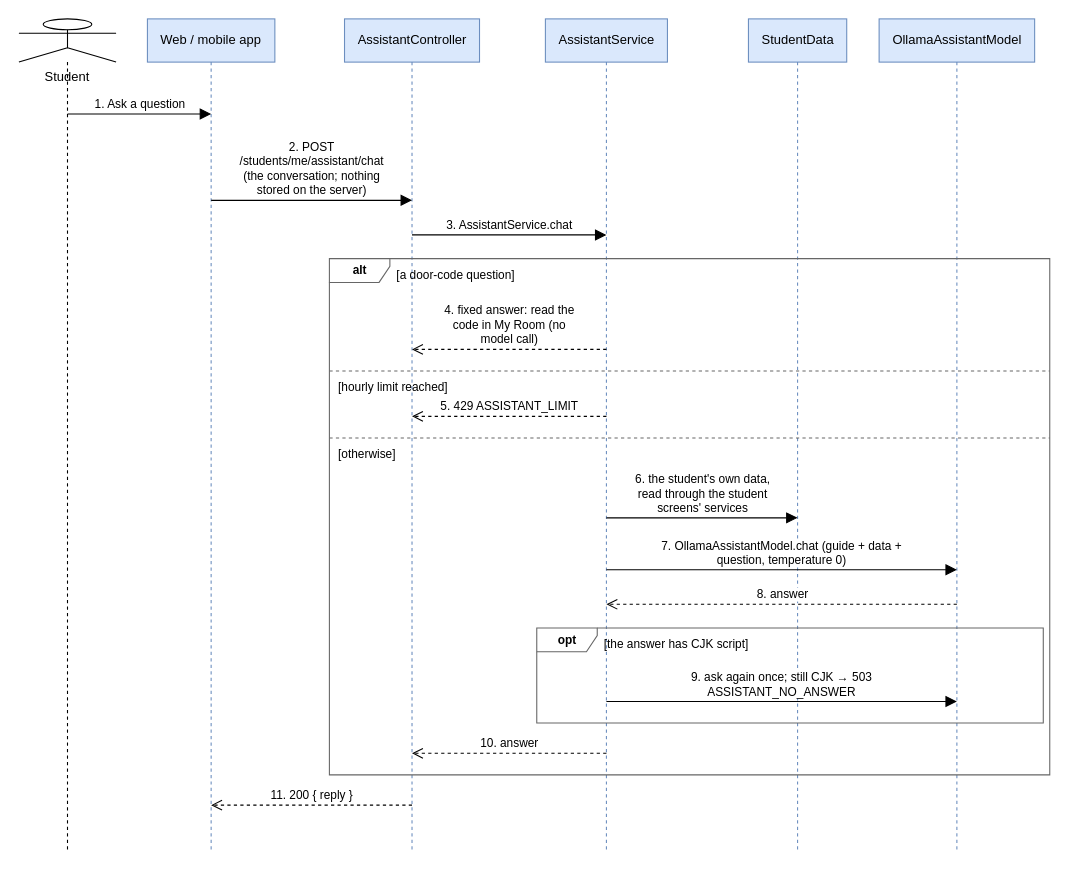
tisou47/CampusStay-FPT keeps this draw.io diagram as docs/Diagrams/07_Sequence/seq-19-ai-assistant.drawio. Above is the earlier version. Source tidied: cells renumbered, new cells numbered last; positions are measured from the earlier drawing's top-left corner, leaving out a move shared by most shapes. Both pictures are drawn from the tidied source at 108%, with x=0, y=0 at pixel (18, 18).
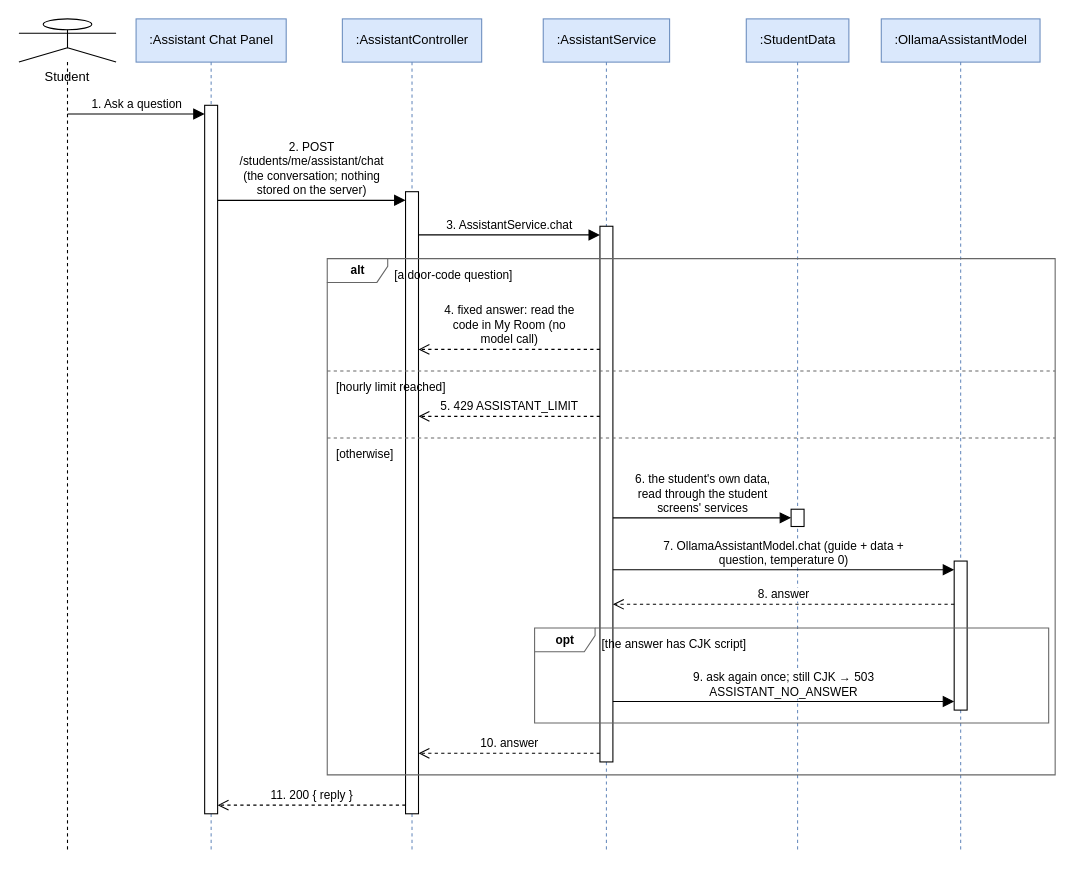
Above is the later version.

Change to the diagram source:
```diff
@@
-    <mxCell id="3" value="Web / mobile app" style="shape=umlLifeline;perimeter=lifelinePerimeter;size=40;html=1;whiteSpace=wrap;fontSize=12;fontFamily=Helvetica;fillColor=#dae8fc;strokeColor=#6c8ebf;" parent="1" vertex="1">
-      <mxGeometry x="119" width="118" height="772" as="geometry" />
-    </mxCell>
+    <mxCell id="27" value=":Assistant Chat Panel" style="shape=umlLifeline;perimeter=lifelinePerimeter;size=40;html=1;whiteSpace=wrap;fontSize=12;fontFamily=Helvetica;fillColor=#dae8fc;strokeColor=#6c8ebf;" parent="1" vertex="1">
+      <mxGeometry x="108.5" width="139" height="772" as="geometry" />
+    </mxCell>
-    <mxCell id="4" value="AssistantController" style="shape=umlLifeline;perimeter=lifelinePerimeter;size=40;html=1;whiteSpace=wrap;fontSize=12;fontFamily=Helvetica;fillColor=#dae8fc;strokeColor=#6c8ebf;" parent="1" vertex="1">
-      <mxGeometry x="301.5" width="125" height="772" as="geometry" />
+    <mxCell id="4" value=":AssistantController" style="shape=umlLifeline;perimeter=lifelinePerimeter;size=40;html=1;whiteSpace=wrap;fontSize=12;fontFamily=Helvetica;fillColor=#dae8fc;strokeColor=#6c8ebf;" parent="1" vertex="1">
+      <mxGeometry x="299.5" width="129" height="772" as="geometry" />
     </mxCell>
-    <mxCell id="5" value="AssistantService" style="shape=umlLifeline;perimeter=lifelinePerimeter;size=40;html=1;whiteSpace=wrap;fontSize=12;fontFamily=Helvetica;fillColor=#dae8fc;strokeColor=#6c8ebf;" parent="1" vertex="1">
-      <mxGeometry x="487.5" width="113" height="772" as="geometry" />
+    <mxCell id="5" value=":AssistantService" style="shape=umlLifeline;perimeter=lifelinePerimeter;size=40;html=1;whiteSpace=wrap;fontSize=12;fontFamily=Helvetica;fillColor=#dae8fc;strokeColor=#6c8ebf;" parent="1" vertex="1">
+      <mxGeometry x="485.5" width="117" height="772" as="geometry" />
     </mxCell>
-    <mxCell id="6" value="StudentData" style="shape=umlLifeline;perimeter=lifelinePerimeter;size=40;html=1;whiteSpace=wrap;fontSize=12;fontFamily=Helvetica;fillColor=#dae8fc;strokeColor=#6c8ebf;" parent="1" vertex="1">
-      <mxGeometry x="675.5" width="91" height="772" as="geometry" />
+    <mxCell id="6" value=":StudentData" style="shape=umlLifeline;perimeter=lifelinePerimeter;size=40;html=1;whiteSpace=wrap;fontSize=12;fontFamily=Helvetica;fillColor=#dae8fc;strokeColor=#6c8ebf;" parent="1" vertex="1">
+      <mxGeometry x="673.5" width="95" height="772" as="geometry" />
     </mxCell>
-    <mxCell id="7" value="OllamaAssistantModel" style="shape=umlLifeline;perimeter=lifelinePerimeter;size=40;html=1;whiteSpace=wrap;fontSize=12;fontFamily=Helvetica;fillColor=#dae8fc;strokeColor=#6c8ebf;" parent="1" vertex="1">
-      <mxGeometry x="796.5" width="144" height="772" as="geometry" />
+    <mxCell id="7" value=":OllamaAssistantModel" style="shape=umlLifeline;perimeter=lifelinePerimeter;size=40;html=1;whiteSpace=wrap;fontSize=12;fontFamily=Helvetica;fillColor=#dae8fc;strokeColor=#6c8ebf;" parent="1" vertex="1">
+      <mxGeometry x="798.5" width="147" height="772" as="geometry" />
     </mxCell>
-    <mxCell id="8" value="1. Ask a question" style="html=1;rounded=1;fontSize=11;fontFamily=Helvetica;labelBackgroundColor=#ffffff;verticalAlign=bottom;endArrow=block;endFill=1;endSize=8;" parent="1" edge="1">
-      <mxGeometry relative="1" as="geometry">
-        <mxPoint x="45" y="88" as="sourcePoint" />
-        <mxPoint x="178" y="88" as="targetPoint" />
-      </mxGeometry>
+    <mxCell id="8" style="rounded=0;whiteSpace=wrap;html=1;fillColor=#FFFFFF;strokeColor=#000000;" parent="1" vertex="1">
+      <mxGeometry x="172" y="80" width="12" height="656" as="geometry" />
     </mxCell>
-    <mxCell id="9" value="2. POST&lt;br&gt;/students/me/assistant/chat&lt;br&gt;(the conversation; nothing&lt;br&gt;stored on the server)" style="html=1;rounded=1;fontSize=11;fontFamily=Helvetica;labelBackgroundColor=#ffffff;verticalAlign=bottom;endArrow=block;endFill=1;endSize=8;" parent="1" edge="1">
-      <mxGeometry relative="1" as="geometry">
-        <mxPoint x="178" y="168" as="sourcePoint" />
-        <mxPoint x="364" y="168" as="targetPoint" />
-      </mxGeometry>
+    <mxCell id="9" style="rounded=0;whiteSpace=wrap;html=1;fillColor=#FFFFFF;strokeColor=#000000;" parent="1" vertex="1">
+      <mxGeometry x="358" y="160" width="12" height="576" as="geometry" />
     </mxCell>
-    <mxCell id="10" value="3. AssistantService.chat" style="html=1;rounded=1;fontSize=11;fontFamily=Helvetica;labelBackgroundColor=#ffffff;verticalAlign=bottom;endArrow=block;endFill=1;endSize=8;" parent="1" edge="1">
-      <mxGeometry relative="1" as="geometry">
-        <mxPoint x="364" y="200" as="sourcePoint" />
-        <mxPoint x="544" y="200" as="targetPoint" />
-      </mxGeometry>
+    <mxCell id="10" style="rounded=0;whiteSpace=wrap;html=1;fillColor=#FFFFFF;strokeColor=#000000;" parent="1" vertex="1">
+      <mxGeometry x="538" y="192" width="12" height="496" as="geometry" />
     </mxCell>
-    <mxCell id="11" value="4. fixed answer: read the&lt;br&gt;code in My Room (no&lt;br&gt;model call)" style="html=1;rounded=1;fontSize=11;fontFamily=Helvetica;labelBackgroundColor=#ffffff;verticalAlign=bottom;dashed=1;endArrow=open;endFill=0;endSize=8;" parent="1" edge="1">
-      <mxGeometry relative="1" as="geometry">
-        <mxPoint x="544" y="306" as="sourcePoint" />
-        <mxPoint x="364" y="306" as="targetPoint" />
-      </mxGeometry>
+    <mxCell id="11" style="rounded=0;whiteSpace=wrap;html=1;fillColor=#FFFFFF;strokeColor=#000000;" parent="1" vertex="1">
+      <mxGeometry x="715" y="454" width="12" height="16" as="geometry" />
     </mxCell>
-    <mxCell id="12" value="5. 429 ASSISTANT_LIMIT" style="html=1;rounded=1;fontSize=11;fontFamily=Helvetica;labelBackgroundColor=#ffffff;verticalAlign=bottom;dashed=1;endArrow=open;endFill=0;endSize=8;" parent="1" edge="1">
-      <mxGeometry relative="1" as="geometry">
-        <mxPoint x="544" y="368" as="sourcePoint" />
-        <mxPoint x="364" y="368" as="targetPoint" />
-      </mxGeometry>
+    <mxCell id="12" style="rounded=0;whiteSpace=wrap;html=1;fillColor=#FFFFFF;strokeColor=#000000;" parent="1" vertex="1">
+      <mxGeometry x="866" y="502" width="12" height="138" as="geometry" />
     </mxCell>
-    <mxCell id="13" value="6. the student's own data,&lt;br&gt;read through the student&lt;br&gt;screens' services" style="html=1;rounded=1;fontSize=11;fontFamily=Helvetica;labelBackgroundColor=#ffffff;verticalAlign=bottom;endArrow=block;endFill=1;endSize=8;" parent="1" edge="1">
+    <mxCell id="13" value="1. Ask a question" style="html=1;rounded=1;fontSize=11;fontFamily=Helvetica;labelBackgroundColor=#ffffff;verticalAlign=bottom;endArrow=block;endFill=1;endSize=8;" parent="1" edge="1">
       <mxGeometry relative="1" as="geometry">
-        <mxPoint x="544" y="462" as="sourcePoint" />
-        <mxPoint x="721" y="462" as="targetPoint" />
+        <mxPoint x="45" y="88" as="sourcePoint" />
+        <mxPoint x="172" y="88" as="targetPoint" />
       </mxGeometry>
     </mxCell>
-    <mxCell id="14" value="7. OllamaAssistantModel.chat (guide + data +&lt;br&gt;question, temperature 0)" style="html=1;rounded=1;fontSize=11;fontFamily=Helvetica;labelBackgroundColor=#ffffff;verticalAlign=bottom;endArrow=block;endFill=1;endSize=8;" parent="1" edge="1">
+    <mxCell id="14" value="2. POST&lt;br&gt;/students/me/assistant/chat&lt;br&gt;(the conversation; nothing&lt;br&gt;stored on the server)" style="html=1;rounded=1;fontSize=11;fontFamily=Helvetica;labelBackgroundColor=#ffffff;verticalAlign=bottom;endArrow=block;endFill=1;endSize=8;" parent="1" edge="1">
       <mxGeometry relative="1" as="geometry">
-        <mxPoint x="544" y="510" as="sourcePoint" />
-        <mxPoint x="868.5" y="510" as="targetPoint" />
+        <mxPoint x="184" y="168" as="sourcePoint" />
+        <mxPoint x="358" y="168" as="targetPoint" />
       </mxGeometry>
     </mxCell>
-    <mxCell id="15" value="8. answer" style="html=1;rounded=1;fontSize=11;fontFamily=Helvetica;labelBackgroundColor=#ffffff;verticalAlign=bottom;dashed=1;endArrow=open;endFill=0;endSize=8;" parent="1" edge="1">
+    <mxCell id="15" value="3. AssistantService.chat" style="html=1;rounded=1;fontSize=11;fontFamily=Helvetica;labelBackgroundColor=#ffffff;verticalAlign=bottom;endArrow=block;endFill=1;endSize=8;" parent="1" edge="1">
       <mxGeometry relative="1" as="geometry">
-        <mxPoint x="868.5" y="542" as="sourcePoint" />
-        <mxPoint x="544" y="542" as="targetPoint" />
+        <mxPoint x="370" y="200" as="sourcePoint" />
+        <mxPoint x="538" y="200" as="targetPoint" />
       </mxGeometry>
     </mxCell>
-    <mxCell id="16" value="9. ask again once; still CJK → 503&lt;br&gt;ASSISTANT_NO_ANSWER" style="html=1;rounded=1;fontSize=11;fontFamily=Helvetica;labelBackgroundColor=#ffffff;verticalAlign=bottom;endArrow=block;endFill=1;endSize=8;" parent="1" edge="1">
+    <mxCell id="16" value="4. fixed answer: read the&lt;br&gt;code in My Room (no&lt;br&gt;model call)" style="html=1;rounded=1;fontSize=11;fontFamily=Helvetica;labelBackgroundColor=#ffffff;verticalAlign=bottom;dashed=1;endArrow=open;endFill=0;endSize=8;" parent="1" edge="1">
       <mxGeometry relative="1" as="geometry">
-        <mxPoint x="544" y="632" as="sourcePoint" />
-        <mxPoint x="868.5" y="632" as="targetPoint" />
+        <mxPoint x="538" y="306" as="sourcePoint" />
+        <mxPoint x="370" y="306" as="targetPoint" />
       </mxGeometry>
     </mxCell>
-    <mxCell id="17" value="opt" style="shape=umlFrame;whiteSpace=wrap;html=1;width=56;height=22;fontSize=11;fontStyle=1;fillColor=none;strokeColor=#666666;" parent="1" vertex="1">
-      <mxGeometry x="479.5" y="564" width="469" height="88" as="geometry" />
+    <mxCell id="17" value="5. 429 ASSISTANT_LIMIT" style="html=1;rounded=1;fontSize=11;fontFamily=Helvetica;labelBackgroundColor=#ffffff;verticalAlign=bottom;dashed=1;endArrow=open;endFill=0;endSize=8;" parent="1" edge="1">
+      <mxGeometry relative="1" as="geometry">
+        <mxPoint x="538" y="368" as="sourcePoint" />
+        <mxPoint x="370" y="368" as="targetPoint" />
+      </mxGeometry>
     </mxCell>
-    <mxCell id="18" value="[the answer has CJK script]" style="text;html=1;whiteSpace=wrap;fontSize=12;fontFamily=Helvetica;align=left;verticalAlign=top;fillColor=none;strokeColor=none;fontSize=11;" parent="1" vertex="1">
-      <mxGeometry x="539.5" y="566" width="169.4" height="20" as="geometry" />
+    <mxCell id="18" value="6. the student's own data,&lt;br&gt;read through the student&lt;br&gt;screens' services" style="html=1;rounded=1;fontSize=11;fontFamily=Helvetica;labelBackgroundColor=#ffffff;verticalAlign=bottom;endArrow=block;endFill=1;endSize=8;" parent="1" edge="1">
+      <mxGeometry relative="1" as="geometry">
+        <mxPoint x="550" y="462" as="sourcePoint" />
+        <mxPoint x="715" y="462" as="targetPoint" />
+      </mxGeometry>
     </mxCell>
-    <mxCell id="19" value="10. answer" style="html=1;rounded=1;fontSize=11;fontFamily=Helvetica;labelBackgroundColor=#ffffff;verticalAlign=bottom;dashed=1;endArrow=open;endFill=0;endSize=8;" parent="1" edge="1">
+    <mxCell id="19" value="7. OllamaAssistantModel.chat (guide + data +&lt;br&gt;question, temperature 0)" style="html=1;rounded=1;fontSize=11;fontFamily=Helvetica;labelBackgroundColor=#ffffff;verticalAlign=bottom;endArrow=block;endFill=1;endSize=8;" parent="1" edge="1">
       <mxGeometry relative="1" as="geometry">
-        <mxPoint x="544" y="680" as="sourcePoint" />
-        <mxPoint x="364" y="680" as="targetPoint" />
+        <mxPoint x="550" y="510" as="sourcePoint" />
+        <mxPoint x="866" y="510" as="targetPoint" />
       </mxGeometry>
     </mxCell>
-    <mxCell id="20" value="alt" style="shape=umlFrame;whiteSpace=wrap;html=1;width=56;height=22;fontSize=11;fontStyle=1;fillColor=none;strokeColor=#666666;" parent="1" vertex="1">
-      <mxGeometry x="287.5" y="222" width="667" height="478" as="geometry" />
+    <mxCell id="20" value="8. answer" style="html=1;rounded=1;fontSize=11;fontFamily=Helvetica;labelBackgroundColor=#ffffff;verticalAlign=bottom;dashed=1;endArrow=open;endFill=0;endSize=8;" parent="1" edge="1">
+      <mxGeometry relative="1" as="geometry">
+        <mxPoint x="866" y="542" as="sourcePoint" />
+        <mxPoint x="550" y="542" as="targetPoint" />
+      </mxGeometry>
     </mxCell>
-    <mxCell id="21" value="[a door-code question]" style="text;html=1;whiteSpace=wrap;fontSize=12;fontFamily=Helvetica;align=left;verticalAlign=top;fillColor=none;strokeColor=none;fontSize=11;" parent="1" vertex="1">
-      <mxGeometry x="347.5" y="224" width="142.7" height="20" as="geometry" />
+    <mxCell id="21" value="9. ask again once; still CJK → 503&lt;br&gt;ASSISTANT_NO_ANSWER" style="html=1;rounded=1;fontSize=11;fontFamily=Helvetica;labelBackgroundColor=#ffffff;verticalAlign=bottom;endArrow=block;endFill=1;endSize=8;" parent="1" edge="1">
+      <mxGeometry relative="1" as="geometry">
+        <mxPoint x="550" y="632" as="sourcePoint" />
+        <mxPoint x="866" y="632" as="targetPoint" />
+      </mxGeometry>
     </mxCell>
-    <mxCell id="22" style="html=1;rounded=1;fontSize=11;fontFamily=Helvetica;labelBackgroundColor=#ffffff;endArrow=none;dashed=1;strokeColor=#666666;" parent="1" edge="1">
-      <mxGeometry relative="1" as="geometry">
-        <mxPoint x="287.5" y="326" as="sourcePoint" />
-        <mxPoint x="954.5" y="326" as="targetPoint" />
-      </mxGeometry>
+    <mxCell id="22" value="opt" style="shape=umlFrame;whiteSpace=wrap;html=1;width=56;height=22;fontSize=11;fontStyle=1;fillColor=none;strokeColor=#666666;" parent="1" vertex="1">
+      <mxGeometry x="477.5" y="564" width="476" height="88" as="geometry" />
     </mxCell>
-    <mxCell id="23" value="[hourly limit reached]" style="text;html=1;whiteSpace=wrap;fontSize=12;fontFamily=Helvetica;align=left;verticalAlign=top;fillColor=none;strokeColor=none;fontSize=11;" parent="1" vertex="1">
-      <mxGeometry x="293.5" y="328" width="134" height="20" as="geometry" />
+    <mxCell id="23" value="[the answer has CJK script]" style="text;html=1;whiteSpace=wrap;fontSize=12;fontFamily=Helvetica;align=left;verticalAlign=top;fillColor=none;strokeColor=none;fontSize=11;" parent="1" vertex="1">
+      <mxGeometry x="537.5" y="566" width="169.4" height="20" as="geometry" />
     </mxCell>
-    <mxCell id="24" style="html=1;rounded=1;fontSize=11;fontFamily=Helvetica;labelBackgroundColor=#ffffff;endArrow=none;dashed=1;strokeColor=#666666;" parent="1" edge="1">
+    <mxCell id="24" value="10. answer" style="html=1;rounded=1;fontSize=11;fontFamily=Helvetica;labelBackgroundColor=#ffffff;verticalAlign=bottom;dashed=1;endArrow=open;endFill=0;endSize=8;" parent="1" edge="1">
       <mxGeometry relative="1" as="geometry">
-        <mxPoint x="287.5" y="388" as="sourcePoint" />
-        <mxPoint x="954.5" y="388" as="targetPoint" />
+        <mxPoint x="538" y="680" as="sourcePoint" />
+        <mxPoint x="370" y="680" as="targetPoint" />
       </mxGeometry>
     </mxCell>
-    <mxCell id="25" value="[otherwise]" style="text;html=1;whiteSpace=wrap;fontSize=12;fontFamily=Helvetica;align=left;verticalAlign=top;fillColor=none;strokeColor=none;fontSize=11;" parent="1" vertex="1">
-      <mxGeometry x="293.5" y="390" width="81.4" height="20" as="geometry" />
+    <mxCell id="25" value="alt" style="shape=umlFrame;whiteSpace=wrap;html=1;width=56;height=22;fontSize=11;fontStyle=1;fillColor=none;strokeColor=#666666;" parent="1" vertex="1">
+      <mxGeometry x="285.5" y="222" width="674" height="478" as="geometry" />
     </mxCell>
-    <mxCell id="26" value="11. 200 { reply }" style="html=1;rounded=1;fontSize=11;fontFamily=Helvetica;labelBackgroundColor=#ffffff;verticalAlign=bottom;dashed=1;endArrow=open;endFill=0;endSize=8;" parent="1" edge="1">
-      <mxGeometry relative="1" as="geometry">
-        <mxPoint x="364" y="728" as="sourcePoint" />
-        <mxPoint x="178" y="728" as="targetPoint" />
-      </mxGeometry>
+    <mxCell id="26" value="[a door-code question]" style="text;html=1;whiteSpace=wrap;fontSize=12;fontFamily=Helvetica;align=left;verticalAlign=top;fillColor=none;strokeColor=none;fontSize=11;" parent="1" vertex="1">
+      <mxGeometry x="345.5" y="224" width="142.7" height="20" as="geometry" />
     </mxCell>
+    <mxCell id="28" style="html=1;rounded=1;fontSize=11;fontFamily=Helvetica;labelBackgroundColor=#ffffff;endArrow=none;dashed=1;strokeColor=#666666;" parent="1" edge="1">
+      <mxGeometry relative="1" as="geometry">
+        <mxPoint x="285.5" y="326" as="sourcePoint" />
+        <mxPoint x="959.5" y="326" as="targetPoint" />
+      </mxGeometry>
+    </mxCell>
+    <mxCell id="29" value="[hourly limit reached]" style="text;html=1;whiteSpace=wrap;fontSize=12;fontFamily=Helvetica;align=left;verticalAlign=top;fillColor=none;strokeColor=none;fontSize=11;" parent="1" vertex="1">
+      <mxGeometry x="291.5" y="328" width="134" height="20" as="geometry" />
+    </mxCell>
+    <mxCell id="30" style="html=1;rounded=1;fontSize=11;fontFamily=Helvetica;labelBackgroundColor=#ffffff;endArrow=none;dashed=1;strokeColor=#666666;" parent="1" edge="1">
+      <mxGeometry relative="1" as="geometry">
+        <mxPoint x="285.5" y="388" as="sourcePoint" />
+        <mxPoint x="959.5" y="388" as="targetPoint" />
+      </mxGeometry>
+    </mxCell>
+    <mxCell id="31" value="[otherwise]" style="text;html=1;whiteSpace=wrap;fontSize=12;fontFamily=Helvetica;align=left;verticalAlign=top;fillColor=none;strokeColor=none;fontSize=11;" parent="1" vertex="1">
+      <mxGeometry x="291.5" y="390" width="81.4" height="20" as="geometry" />
+    </mxCell>
+    <mxCell id="32" value="11. 200 { reply }" style="html=1;rounded=1;fontSize=11;fontFamily=Helvetica;labelBackgroundColor=#ffffff;verticalAlign=bottom;dashed=1;endArrow=open;endFill=0;endSize=8;" parent="1" edge="1">
+      <mxGeometry relative="1" as="geometry">
+        <mxPoint x="358" y="728" as="sourcePoint" />
+        <mxPoint x="184" y="728" as="targetPoint" />
+      </mxGeometry>
+    </mxCell>
```
